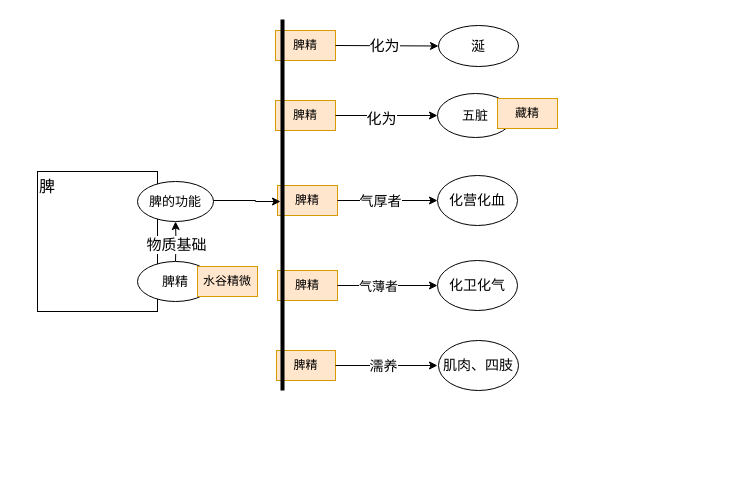
Before: 医门推敲叁/中医藏象学说/藏像学说之脾/脾精、脾气、脾阴、脾阳/脾精.drawio in 328507133/chart, a draw.io diagram. Source tidied: cells renumbered, new cells numbered last; positions are measured from the earlier drawing's top-left corner, leaving out a move shared by most shapes. Both pictures are drawn from the tidied source at 100%, with x=0, y=0 at pixel (17, 19).
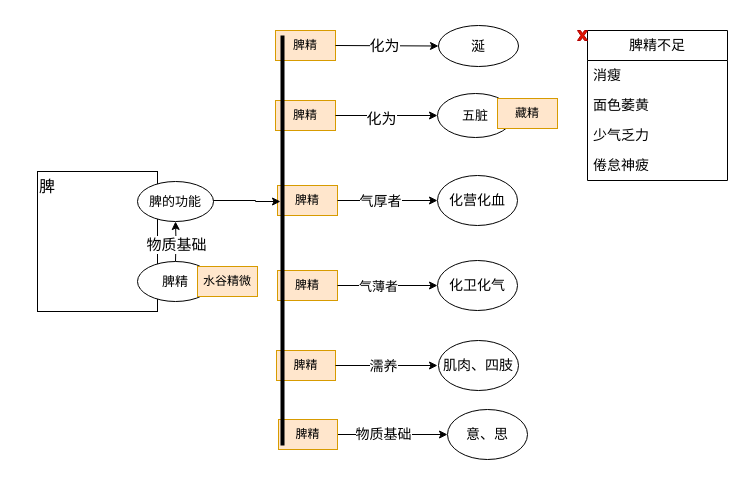
Above is the later version.

What changed in the source:
```diff
@@
+    <mxCell id="34" style="edgeStyle=orthogonalEdgeStyle;rounded=0;jettySize=auto;html=1;exitX=1;exitY=0.5;exitDx=0;exitDy=0;entryX=0;entryY=0.5;entryDx=0;entryDy=0;" parent="1" edge="1" source="36" target="42">
+      <mxGeometry relative="1" as="geometry" />
+    </mxCell>
+    <mxCell id="35" value="物质基础" style="edgeLabel;html=1;align=center;verticalAlign=middle;fontSize=14;" parent="34" vertex="1">
+      <mxGeometry x="-0.18" y="1" relative="1" as="geometry" />
+    </mxCell>
+    <mxCell id="36" value="脾精" style="text;html=1;strokeColor=#d79b00;fillColor=#ffe6cc;align=center;verticalAlign=middle;whiteSpace=wrap;rounded=0;" parent="1" vertex="1">
+      <mxGeometry x="261" y="400" width="59" height="30" as="geometry" />
+    </mxCell>
@@
     <mxCell id="22" style="line;strokeWidth=4;direction=south;html=1;perimeter=backbonePerimeter;points=[];outlineConnect=0;" parent="1" vertex="1">
-      <mxGeometry x="260" width="10" height="371" as="geometry" />
+      <mxGeometry x="260" y="16" width="10" height="410" as="geometry" />
     </mxCell>
@@
+    <mxCell id="37" value="脾精不足" style="swimlane;fontStyle=0;horizontal=1;startSize=30;whiteSpace=wrap;html=1;fontSize=14;" parent="1" vertex="1">
+      <mxGeometry x="570" y="11" width="140" height="150" as="geometry" />
+    </mxCell>
+    <mxCell id="38" value="消瘦" style="text;strokeColor=none;fillColor=none;align=left;verticalAlign=middle;spacingLeft=4;spacingRight=4;overflow=hidden;whiteSpace=wrap;html=1;fontSize=14;" parent="37" vertex="1">
+      <mxGeometry y="30" width="140" height="30" as="geometry" />
+    </mxCell>
+    <mxCell id="39" value="面色萎黄" style="text;strokeColor=none;fillColor=none;align=left;verticalAlign=middle;spacingLeft=4;spacingRight=4;overflow=hidden;whiteSpace=wrap;html=1;fontSize=14;" parent="37" vertex="1">
+      <mxGeometry y="60" width="140" height="30" as="geometry" />
+    </mxCell>
+    <mxCell id="40" value="少气乏力" style="text;strokeColor=none;fillColor=none;align=left;verticalAlign=middle;spacingLeft=4;spacingRight=4;overflow=hidden;whiteSpace=wrap;html=1;fontSize=14;" parent="37" vertex="1">
+      <mxGeometry y="90" width="140" height="30" as="geometry" />
+    </mxCell>
+    <mxCell id="41" value="倦怠神疲" style="text;strokeColor=none;fillColor=none;align=left;verticalAlign=middle;spacingLeft=4;spacingRight=4;overflow=hidden;whiteSpace=wrap;html=1;fontSize=14;" parent="37" vertex="1">
+      <mxGeometry y="120" width="140" height="30" as="geometry" />
+    </mxCell>
+    <mxCell id="42" value="意、思" style="ellipse;whiteSpace=wrap;html=1;fontSize=14;" parent="1" vertex="1">
+      <mxGeometry x="430" y="390" width="80" height="50" as="geometry" />
+    </mxCell>
+    <mxCell id="43" style="verticalLabelPosition=bottom;verticalAlign=top;html=1;shape=mxgraph.basic.x;fillColor=#e51400;strokeColor=#B20000;fontColor=#ffffff;" parent="1" vertex="1">
+      <mxGeometry x="560" y="11" width="10" height="10" as="geometry" />
+    </mxCell>
```
